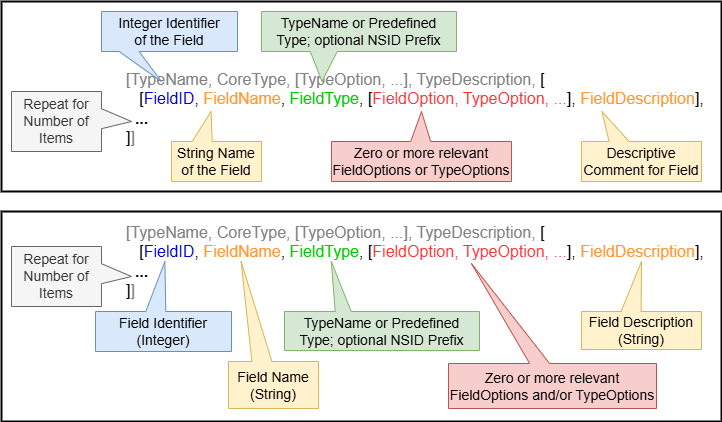
Before: images/JADN-with-fields-json-ALT.drawio.png, a diagram exported from draw.io (oasis-tcs/openc2-jadn-im). Source tidied: cells renumbered, new cells last; positions are measured from the earlier drawing's top-left corner, leaving out a move shared by most shapes.
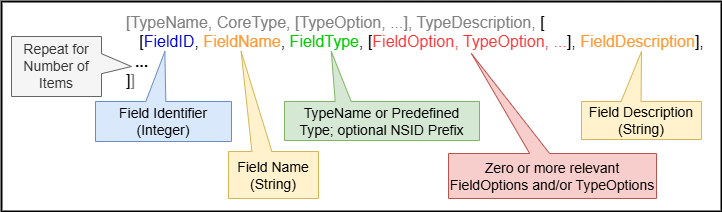
The same file after the commit.

Commit message:
remove as-is from -fields- type structure diagram

The edit, as a diff of the source:
```diff
@@ -2,34 +2,10 @@
   <root>
     <mxCell id="0" />
     <mxCell id="1" value="Background" parent="0" />
-    <mxCell id="2" style="rounded=0;whiteSpace=wrap;html=1;fontSize=16;fontColor=#00CC00;fillColor=default;strokeWidth=2;" parent="1" vertex="1">
-      <mxGeometry width="720" height="190" as="geometry" />
-    </mxCell>
     <mxCell id="3" style="rounded=0;whiteSpace=wrap;html=1;fontSize=16;fontColor=#00CC00;fillColor=default;strokeWidth=2;" parent="1" vertex="1">
       <mxGeometry y="210" width="720" height="210" as="geometry" />
     </mxCell>
     <mxCell id="4" value="Image" parent="0" />
-    <mxCell id="5" value="&lt;font color=&quot;#808080&quot;&gt;[&lt;font style=&quot;font-size: 16px;&quot;&gt;TypeName&lt;/font&gt;, &lt;font style=&quot;font-size: 16px;&quot;&gt;CoreType&lt;/font&gt;, &lt;font style=&quot;font-size: 16px;&quot;&gt;[TypeOption, ...]&lt;/font&gt;, &lt;font style=&quot;font-size: 16px;&quot;&gt;TypeDescription&lt;/font&gt;, &lt;/font&gt;[&lt;br&gt;&lt;div style=&quot;&quot;&gt;&lt;span style=&quot;background-color: initial;&quot;&gt;&amp;nbsp;&amp;nbsp;&lt;/span&gt;&lt;font style=&quot;background-color: initial;&quot;&gt;&amp;nbsp;[&lt;font color=&quot;#0000cc&quot;&gt;FieldID&lt;/font&gt;, &lt;font color=&quot;#ff9933&quot;&gt;FieldName&lt;/font&gt;, &lt;font color=&quot;#00cc00&quot;&gt;FieldType&lt;/font&gt;, [&lt;font color=&quot;#ff3333&quot;&gt;FieldOption, TypeOption, ...&lt;/font&gt;], &lt;font color=&quot;#ff9933&quot;&gt;FieldDescription&lt;/font&gt;],&lt;/font&gt;&lt;/div&gt;&lt;div style=&quot;&quot;&gt;&lt;span style=&quot;background-color: initial;&quot;&gt;&amp;nbsp; &lt;b&gt;...&lt;/b&gt;&lt;/span&gt;&lt;/div&gt;&lt;div style=&quot;&quot;&gt;&lt;span style=&quot;background-color: initial;&quot;&gt;]&lt;font color=&quot;#808080&quot;&gt;]&lt;/font&gt;&lt;/span&gt;&lt;/div&gt;" style="text;html=1;strokeColor=none;fillColor=none;align=left;verticalAlign=middle;whiteSpace=wrap;rounded=0;fontSize=16;" parent="4" vertex="1">
-      <mxGeometry x="123" y="92" width="587" height="30" as="geometry" />
-    </mxCell>
-    <mxCell id="6" value="Repeat for Number of Items" style="shape=callout;whiteSpace=wrap;html=1;perimeter=calloutPerimeter;fontSize=14;fillColor=#f5f5f5;strokeColor=#666666;flipV=0;size=30;position=0.38;position2=0.5;fontColor=#333333;direction=north;" parent="4" vertex="1">
-      <mxGeometry x="10" y="90" width="120" height="60" as="geometry" />
-    </mxCell>
-    <mxCell id="7" value="String Name&lt;br&gt;of the Field" style="shape=callout;whiteSpace=wrap;html=1;perimeter=calloutPerimeter;fontSize=14;fillColor=#fff2cc;strokeColor=#d6b656;position2=0.44;flipV=1;base=20;size=30;position=0.23;" parent="4" vertex="1">
-      <mxGeometry x="170" y="110" width="90" height="70" as="geometry" />
-    </mxCell>
-    <mxCell id="8" value="Integer Identifier &lt;br&gt;of the Field" style="shape=callout;whiteSpace=wrap;html=1;perimeter=calloutPerimeter;fontSize=14;fillColor=#dae8fc;strokeColor=#6c8ebf;flipV=0;size=30;position=0.13;position2=0.44;" parent="4" vertex="1">
-      <mxGeometry x="100" y="10" width="136" height="70" as="geometry" />
-    </mxCell>
-    <mxCell id="9" value="TypeName or Predefined Type; optional NSID Prefix" style="shape=callout;whiteSpace=wrap;html=1;perimeter=calloutPerimeter;fontSize=14;fillColor=#d5e8d4;strokeColor=#82b366;flipV=0;size=30;position=0.25;base=27;position2=0.31;" parent="4" vertex="1">
-      <mxGeometry x="260" y="10" width="195" height="70" as="geometry" />
-    </mxCell>
-    <mxCell id="10" value="Zero or more relevant FieldOptions or TypeOptions" style="shape=callout;whiteSpace=wrap;html=1;perimeter=calloutPerimeter;fontSize=14;fillColor=#f8cecc;strokeColor=#b85450;flipV=1;size=30;position=0.44;base=20;position2=0.5;" parent="4" vertex="1">
-      <mxGeometry x="330" y="110" width="180" height="70" as="geometry" />
-    </mxCell>
-    <mxCell id="11" value="Descriptive Comment for Field" style="shape=callout;whiteSpace=wrap;html=1;perimeter=calloutPerimeter;fontSize=14;fillColor=#fff2cc;strokeColor=#d6b656;position2=0.17;flipV=1;base=20;size=30;position=0.23;" parent="4" vertex="1">
-      <mxGeometry x="580" y="110" width="120" height="70" as="geometry" />
-    </mxCell>
     <mxCell id="12" value="&lt;font color=&quot;#808080&quot;&gt;[&lt;font style=&quot;font-size: 16px;&quot;&gt;TypeName&lt;/font&gt;, &lt;font style=&quot;font-size: 16px;&quot;&gt;CoreType&lt;/font&gt;, &lt;font style=&quot;font-size: 16px;&quot;&gt;[TypeOption, ...]&lt;/font&gt;, &lt;font style=&quot;font-size: 16px;&quot;&gt;TypeDescription&lt;/font&gt;, &lt;/font&gt;[&lt;br&gt;&lt;div style=&quot;&quot;&gt;&lt;span style=&quot;background-color: initial;&quot;&gt;&amp;nbsp;&amp;nbsp;&lt;/span&gt;&lt;font style=&quot;background-color: initial;&quot;&gt;&amp;nbsp;[&lt;font color=&quot;#0000cc&quot;&gt;FieldID&lt;/font&gt;, &lt;font color=&quot;#ff9933&quot;&gt;FieldName&lt;/font&gt;, &lt;font color=&quot;#00cc00&quot;&gt;FieldType&lt;/font&gt;, [&lt;font color=&quot;#ff3333&quot;&gt;FieldOption, TypeOption, ...&lt;/font&gt;], &lt;font color=&quot;#ff9933&quot;&gt;FieldDescription&lt;/font&gt;],&lt;/font&gt;&lt;/div&gt;&lt;div style=&quot;&quot;&gt;&lt;span style=&quot;background-color: initial;&quot;&gt;&amp;nbsp; &lt;b&gt;...&lt;/b&gt;&lt;/span&gt;&lt;/div&gt;&lt;div style=&quot;&quot;&gt;&lt;span style=&quot;background-color: initial;&quot;&gt;]&lt;font color=&quot;#808080&quot;&gt;]&lt;/font&gt;&lt;/span&gt;&lt;/div&gt;" style="text;html=1;strokeColor=none;fillColor=none;align=left;verticalAlign=middle;whiteSpace=wrap;rounded=0;fontSize=16;" parent="4" vertex="1">
       <mxGeometry x="123" y="245" width="587" height="30" as="geometry" />
     </mxCell>
```
